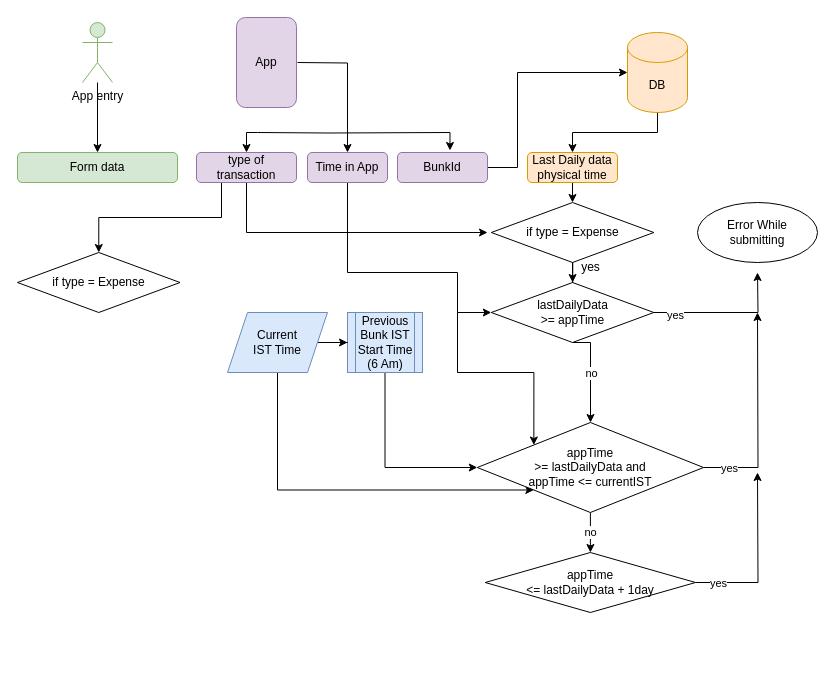
The draw.io diagram page "Type = Expense" (1 of 2) of Creditor_Transactions.drawio in LakshEternl/GazoLogicMap, before the edit. Source tidied: cells renumbered, new cells numbered last; positions are measured from the earlier drawing's top-left corner, leaving out a move shared by most shapes. Both pictures are drawn from the tidied source at 100%, with x=0, y=0 at pixel (17, 17).
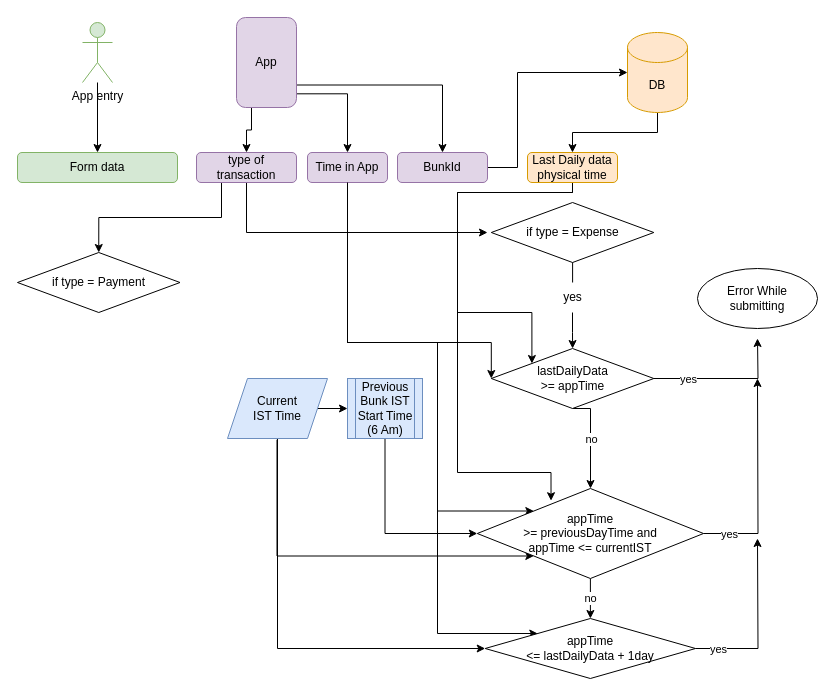
After the change.

Unchanged cells that the change refers to:
```xml
<mxCell id="4" value="type of transaction" style="rounded=1;whiteSpace=wrap;html=1;fillColor=#e1d5e7;strokeColor=#9673a6;" parent="1" vertex="1">
  <mxGeometry x="179" y="135" width="100" height="30" as="geometry" />
</mxCell>
<mxCell id="6" value="Time in App" style="rounded=1;whiteSpace=wrap;html=1;fillColor=#e1d5e7;strokeColor=#9673a6;" parent="1" vertex="1">
  <mxGeometry x="290" y="135" width="80" height="30" as="geometry" />
</mxCell>
<mxCell id="8" value="BunkId" style="rounded=1;whiteSpace=wrap;html=1;fillColor=#e1d5e7;strokeColor=#9673a6;" parent="1" vertex="1">
  <mxGeometry x="380" y="135" width="90" height="30" as="geometry" />
</mxCell>
<mxCell id="19" value="Last Daily data physical time" style="rounded=1;whiteSpace=wrap;html=1;fillColor=#ffe6cc;strokeColor=#d79b00;" parent="1" vertex="1">
  <mxGeometry x="510" y="135" width="90" height="30" as="geometry" />
</mxCell>
<mxCell id="21" value="App" style="rounded=1;whiteSpace=wrap;html=1;fillColor=#e1d5e7;strokeColor=#9673a6;" parent="1" vertex="1">
  <mxGeometry x="219" width="60" height="90" as="geometry" />
</mxCell>
<mxCell id="37" value="if type = Expense" style="rhombus;whiteSpace=wrap;html=1;" parent="1" vertex="1">
  <mxGeometry x="473.8" y="185" width="162.5" height="60" as="geometry" />
</mxCell>
```

Change to the diagram source:
```diff
@@
     <mxCell id="5" style="edgeStyle=orthogonalEdgeStyle;rounded=0;jettySize=auto;html=1;entryX=0;entryY=0.5;entryDx=0;entryDy=0;" parent="1" edge="1" source="6" target="30">
       <mxGeometry relative="1" as="geometry">
         <Array as="points">
-          <mxPoint x="330" y="255" />
-          <mxPoint x="440" y="255" />
-          <mxPoint x="440" y="295" />
+          <mxPoint x="330" y="325" />
+          <mxPoint x="474" y="325" />
         </Array>
       </mxGeometry>
     </mxCell>
+    <mxCell id="43" style="edgeStyle=orthogonalEdgeStyle;rounded=0;jettySize=auto;html=1;entryX=0;entryY=0;entryDx=0;entryDy=0;" parent="1" edge="1" source="6" target="41">
+      <mxGeometry relative="1" as="geometry">
+        <Array as="points">
+          <mxPoint x="330" y="325" />
+          <mxPoint x="420" y="325" />
+          <mxPoint x="420" y="616" />
+        </Array>
+      </mxGeometry>
+    </mxCell>
@@
     <mxCell id="10" value="&lt;div&gt;Previous Bunk IST &lt;br&gt;&lt;/div&gt;&lt;div&gt;Start Time &lt;/div&gt;(6 Am)" style="shape=process;whiteSpace=wrap;html=1;backgroundOutline=1;fillColor=#dae8fc;strokeColor=#6c8ebf;" parent="1" vertex="1">
-      <mxGeometry x="330" y="295" width="75" height="60" as="geometry" />
+      <mxGeometry x="330" y="361" width="75" height="60" as="geometry" />
     </mxCell>
@@
-    <mxCell id="13" style="edgeStyle=orthogonalEdgeStyle;rounded=0;jettySize=auto;html=1;entryX=0.5;entryY=0;entryDx=0;entryDy=0;" parent="1" edge="1" target="6">
+    <mxCell id="13" style="edgeStyle=orthogonalEdgeStyle;rounded=0;jettySize=auto;html=1;entryX=0.5;entryY=0;entryDx=0;entryDy=0;exitX=1;exitY=0.848;exitDx=0;exitDy=0;exitPerimeter=0;" parent="1" edge="1" source="21" target="6">
       <mxGeometry relative="1" as="geometry">
-        <mxPoint x="280" y="45" as="sourcePoint" />
+        <Array as="points">
+          <mxPoint x="330" y="76" />
+        </Array>
       </mxGeometry>
     </mxCell>
-    <mxCell id="14" style="edgeStyle=orthogonalEdgeStyle;rounded=0;jettySize=auto;html=1;entryX=0.5;entryY=0;entryDx=0;entryDy=0;" parent="1" edge="1" target="4">
-      <mxGeometry relative="1" as="geometry">
-        <mxPoint x="240" y="115" as="sourcePoint" />
-      </mxGeometry>
+    <mxCell id="14" style="edgeStyle=orthogonalEdgeStyle;rounded=0;jettySize=auto;html=1;entryX=0.5;entryY=0;entryDx=0;entryDy=0;exitX=0.25;exitY=1;exitDx=0;exitDy=0;" parent="1" edge="1" source="21" target="4">
+      <mxGeometry relative="1" as="geometry" />
     </mxCell>
-    <mxCell id="15" style="edgeStyle=orthogonalEdgeStyle;rounded=0;jettySize=auto;html=1;entryX=0.583;entryY=-0.067;entryDx=0;entryDy=0;entryPerimeter=0;" parent="1" edge="1" target="8">
-      <mxGeometry relative="1" as="geometry">
-        <mxPoint x="240" y="115" as="sourcePoint" />
-      </mxGeometry>
-    </mxCell>
@@
-    <mxCell id="18" style="edgeStyle=orthogonalEdgeStyle;rounded=0;jettySize=auto;html=1;" parent="1" edge="1" source="19" target="37">
-      <mxGeometry relative="1" as="geometry" />
-    </mxCell>
+    <mxCell id="44" style="edgeStyle=orthogonalEdgeStyle;rounded=0;jettySize=auto;html=1;entryX=0;entryY=0;entryDx=0;entryDy=0;" parent="1" edge="1" source="19" target="30">
+      <mxGeometry relative="1" as="geometry">
+        <Array as="points">
+          <mxPoint x="555" y="175" />
+          <mxPoint x="440" y="175" />
+          <mxPoint x="440" y="295" />
+          <mxPoint x="514" y="295" />
+        </Array>
+      </mxGeometry>
+    </mxCell>
+    <mxCell id="45" style="edgeStyle=orthogonalEdgeStyle;rounded=0;jettySize=auto;html=1;entryX=0.326;entryY=0.136;entryDx=0;entryDy=0;entryPerimeter=0;" parent="1" edge="1" source="19" target="35">
+      <mxGeometry relative="1" as="geometry">
+        <Array as="points">
+          <mxPoint x="555" y="175" />
+          <mxPoint x="440" y="175" />
+          <mxPoint x="440" y="455" />
+          <mxPoint x="533" y="455" />
+        </Array>
+      </mxGeometry>
+    </mxCell>
@@
+    <mxCell id="46" style="edgeStyle=orthogonalEdgeStyle;rounded=0;jettySize=auto;html=1;exitX=1;exitY=0.75;exitDx=0;exitDy=0;entryX=0.5;entryY=0;entryDx=0;entryDy=0;" parent="1" edge="1" source="21" target="8">
+      <mxGeometry relative="1" as="geometry" />
+    </mxCell>
@@
     <mxCell id="22" value="&lt;div&gt;Error While &lt;br&gt;&lt;/div&gt;&lt;div&gt;submitting&lt;/div&gt;" style="ellipse;whiteSpace=wrap;html=1;" parent="1" vertex="1">
-      <mxGeometry x="680" y="185" width="120" height="60" as="geometry" />
+      <mxGeometry x="680" y="251" width="120" height="60" as="geometry" />
     </mxCell>
-    <mxCell id="23" style="edgeStyle=orthogonalEdgeStyle;rounded=0;jettySize=auto;html=1;entryX=0;entryY=0.5;entryDx=0;entryDy=0;" parent="1" edge="1" source="25" target="10">
+    <mxCell id="23" style="edgeStyle=orthogonalEdgeStyle;rounded=0;jettySize=auto;html=1;entryX=0;entryY=0.5;entryDx=0;entryDy=0;exitX=1;exitY=0.5;exitDx=0;exitDy=0;" parent="1" edge="1" source="25" target="10">
       <mxGeometry relative="1" as="geometry" />
     </mxCell>
-    <mxCell id="24" style="edgeStyle=orthogonalEdgeStyle;rounded=0;jettySize=auto;html=1;exitX=0.5;exitY=1;exitDx=0;exitDy=0;entryX=0;entryY=1;entryDx=0;entryDy=0;" parent="1" edge="1" source="25" target="35">
+    <mxCell id="24" style="edgeStyle=orthogonalEdgeStyle;rounded=0;jettySize=auto;html=1;exitX=0.495;exitY=1.021;exitDx=0;exitDy=0;entryX=0;entryY=1;entryDx=0;entryDy=0;exitPerimeter=0;" parent="1" edge="1" source="25" target="35">
       <mxGeometry relative="1" as="geometry">
         <Array as="points">
-          <mxPoint x="260" y="473" />
+          <mxPoint x="260" y="538" />
         </Array>
       </mxGeometry>
     </mxCell>
+    <mxCell id="47" style="edgeStyle=orthogonalEdgeStyle;rounded=0;jettySize=auto;html=1;entryX=0;entryY=0.5;entryDx=0;entryDy=0;" parent="1" edge="1" source="25" target="41">
+      <mxGeometry relative="1" as="geometry">
+        <Array as="points">
+          <mxPoint x="260" y="631" />
+        </Array>
+      </mxGeometry>
+    </mxCell>
     <mxCell id="25" value="Current &lt;br&gt;IST Time" style="shape=parallelogram;perimeter=parallelogramPerimeter;whiteSpace=wrap;html=1;fixedSize=1;fillColor=#dae8fc;strokeColor=#6c8ebf;" parent="1" vertex="1">
-      <mxGeometry x="210" y="295" width="100" height="60" as="geometry" />
+      <mxGeometry x="210" y="361" width="100" height="60" as="geometry" />
     </mxCell>
     <mxCell id="26" style="edgeStyle=orthogonalEdgeStyle;rounded=0;jettySize=auto;html=1;" parent="1" edge="1" source="30">
       <mxGeometry relative="1" as="geometry">
-        <mxPoint x="740" y="255" as="targetPoint" />
+        <mxPoint x="740" y="321" as="targetPoint" />
       </mxGeometry>
     </mxCell>
     <mxCell id="27" value="yes" style="edgeLabel;html=1;align=center;verticalAlign=middle;" parent="26" vertex="1">
       <mxGeometry x="-0.72" y="-2" relative="1" as="geometry">
-        <mxPoint x="1" as="offset" />
+        <mxPoint x="14" y="-2" as="offset" />
       </mxGeometry>
     </mxCell>
     <mxCell id="28" style="edgeStyle=orthogonalEdgeStyle;rounded=0;jettySize=auto;html=1;exitX=0.5;exitY=1;exitDx=0;exitDy=0;" parent="1" edge="1" source="30" target="35">
       <mxGeometry relative="1" as="geometry">
         <Array as="points">
-          <mxPoint x="573" y="325" />
+          <mxPoint x="573" y="391" />
         </Array>
       </mxGeometry>
     </mxCell>
@@
     <mxCell id="30" value="lastDailyData &lt;br&gt;&amp;gt;= appTime" style="rhombus;whiteSpace=wrap;html=1;" parent="1" vertex="1">
-      <mxGeometry x="473.8" y="265" width="162.5" height="60" as="geometry" />
+      <mxGeometry x="473.8" y="331" width="162.5" height="60" as="geometry" />
     </mxCell>
-    <mxCell id="31" style="edgeStyle=orthogonalEdgeStyle;rounded=0;jettySize=auto;html=1;exitX=0;exitY=0;exitDx=0;exitDy=0;entryX=0;entryY=0;entryDx=0;entryDy=0;" parent="1" edge="1" target="35">
+    <mxCell id="31" style="edgeStyle=orthogonalEdgeStyle;rounded=0;jettySize=auto;html=1;exitX=0.5;exitY=1;exitDx=0;exitDy=0;entryX=0;entryY=0;entryDx=0;entryDy=0;" parent="1" edge="1" source="6" target="35">
       <mxGeometry relative="1" as="geometry">
-        <mxPoint x="440" y="295" as="sourcePoint" />
         <Array as="points">
-          <mxPoint x="440" y="355" />
-          <mxPoint x="516" y="355" />
+          <mxPoint x="330" y="325" />
+          <mxPoint x="420" y="325" />
+          <mxPoint x="420" y="493" />
         </Array>
       </mxGeometry>
     </mxCell>
     <mxCell id="32" style="edgeStyle=orthogonalEdgeStyle;rounded=0;jettySize=auto;html=1;exitX=1;exitY=0.5;exitDx=0;exitDy=0;" parent="1" edge="1" source="35">
       <mxGeometry relative="1" as="geometry">
-        <mxPoint x="740" y="295" as="targetPoint" />
+        <mxPoint x="740" y="361" as="targetPoint" />
       </mxGeometry>
     </mxCell>
@@
-    <mxCell id="35" value="appTime&lt;br&gt;&amp;gt;= lastDailyData and &lt;br&gt;appTime &amp;lt;= currentIST " style="rhombus;whiteSpace=wrap;html=1;" parent="1" vertex="1">
-      <mxGeometry x="459.8" y="405" width="226.2" height="90" as="geometry" />
+    <mxCell id="35" value="appTime&lt;br&gt;&amp;gt;= previousDayTime and &lt;br&gt;appTime &amp;lt;= currentIST " style="rhombus;whiteSpace=wrap;html=1;" parent="1" vertex="1">
+      <mxGeometry x="459.8" y="471" width="226.2" height="90" as="geometry" />
     </mxCell>
-    <mxCell id="36" style="edgeStyle=orthogonalEdgeStyle;rounded=0;jettySize=auto;html=1;" parent="1" edge="1" source="37" target="30">
+    <mxCell id="36" style="edgeStyle=orthogonalEdgeStyle;rounded=0;jettySize=auto;html=1;startArrow=none;" parent="1" edge="1" source="38" target="30">
       <mxGeometry relative="1" as="geometry" />
     </mxCell>
@@
-    <mxCell id="38" value="yes" style="text;html=1;align=center;verticalAlign=middle;points=[];strokeColor=none;fillColor=none;" parent="1" vertex="1">
-      <mxGeometry x="552.9" y="235" width="40" height="30" as="geometry" />
-    </mxCell>
     <mxCell id="39" style="edgeStyle=orthogonalEdgeStyle;rounded=0;jettySize=auto;html=1;" parent="1" edge="1" source="41">
       <mxGeometry relative="1" as="geometry">
-        <mxPoint x="740" y="455" as="targetPoint" />
+        <mxPoint x="740" y="521" as="targetPoint" />
       </mxGeometry>
     </mxCell>
@@
     <mxCell id="41" value="appTime &lt;br&gt;&amp;lt;= lastDailyData + 1day" style="rhombus;whiteSpace=wrap;html=1;" parent="1" vertex="1">
-      <mxGeometry x="467.7" y="535" width="210.3" height="60" as="geometry" />
+      <mxGeometry x="467.7" y="601" width="210.3" height="60" as="geometry" />
     </mxCell>
-    <mxCell id="42" value="if type = Expense" style="rhombus;whiteSpace=wrap;html=1;" parent="1" vertex="1">
+    <mxCell id="42" value="if type = Payment" style="rhombus;whiteSpace=wrap;html=1;" parent="1" vertex="1">
       <mxGeometry y="235" width="162.5" height="60" as="geometry" />
     </mxCell>
+    <mxCell id="38" value="yes" style="text;html=1;align=center;verticalAlign=middle;points=[];strokeColor=none;fillColor=none;" parent="1" vertex="1">
+      <mxGeometry x="535" y="265" width="40" height="30" as="geometry" />
+    </mxCell>
+    <mxCell id="48" style="edgeStyle=orthogonalEdgeStyle;rounded=0;jettySize=auto;html=1;endArrow=none;" parent="1" edge="1" source="37" target="38">
+      <mxGeometry relative="1" as="geometry" />
+    </mxCell>
```
